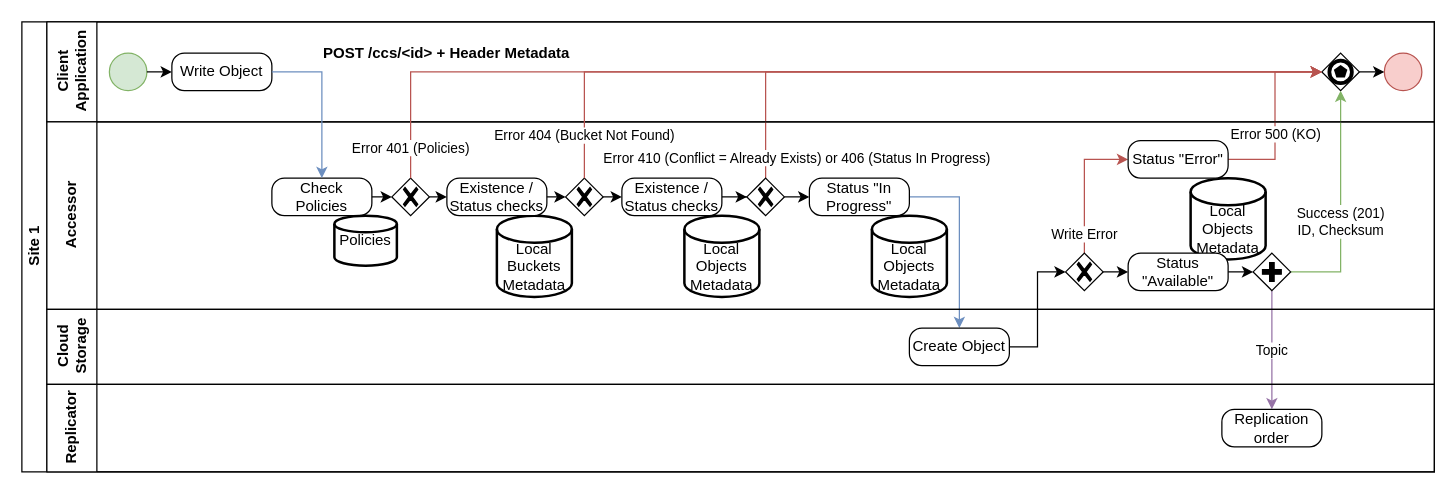
Before: page "Accessor-Create-Object" (8 of 29) of ccs-doc/src/source/images/clone-cloud-store-diagram.drawio in fredericBregier/clone-cloud-store, a draw.io diagram. Source tidied: cells renumbered, new cells numbered last; positions are measured from the earlier drawing's top-left corner, leaving out a move shared by most shapes. Both pictures are drawn from the tidied source at 125%, with x=0, y=0 at pixel (21, 21).
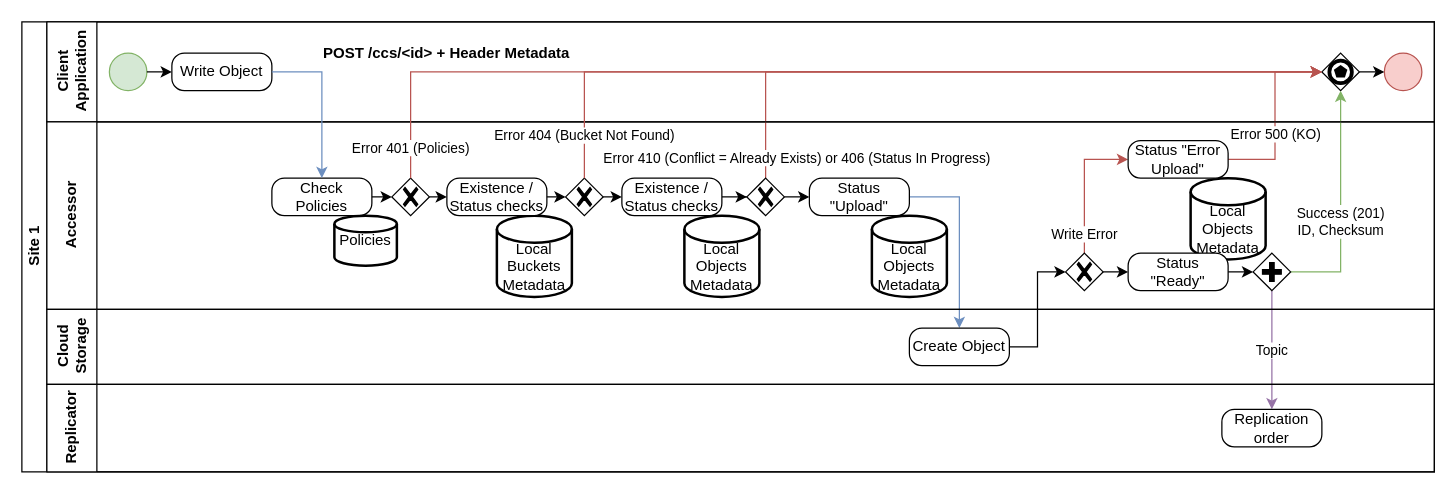
Above is the later version.

Unchanged cells that the change refers to:
```xml
<mxCell id="16" value="Accessor" style="swimlane;html=1;startSize=40;horizontal=0;" parent="2" vertex="1">
  <mxGeometry x="20" y="80" width="1110" height="150" as="geometry" />
</mxCell>
```

Diff of the diagram source:
```diff
@@
-    <mxCell id="25" value="Status &quot;In Progress&quot;" style="points=[[0.25,0,0],[0.5,0,0],[0.75,0,0],[1,0.25,0],[1,0.5,0],[1,0.75,0],[0.75,1,0],[0.5,1,0],[0.25,1,0],[0,0.75,0],[0,0.5,0],[0,0.25,0]];shape=mxgraph.bpmn.task;whiteSpace=wrap;rectStyle=rounded;size=10;html=1;taskMarker=abstract;" parent="16" vertex="1">
+    <mxCell id="25" value="Status &quot;Upload&quot;" style="points=[[0.25,0,0],[0.5,0,0],[0.75,0,0],[1,0.25,0],[1,0.5,0],[1,0.75,0],[0.75,1,0],[0.5,1,0],[0.25,1,0],[0,0.75,0],[0,0.5,0],[0,0.25,0]];shape=mxgraph.bpmn.task;whiteSpace=wrap;rectStyle=rounded;size=10;html=1;taskMarker=abstract;" parent="16" vertex="1">
       <mxGeometry x="610" y="45" width="80" height="30" as="geometry" />
     </mxCell>
@@
-    <mxCell id="29" value="Status &quot;Available&quot;" style="points=[[0.25,0,0],[0.5,0,0],[0.75,0,0],[1,0.25,0],[1,0.5,0],[1,0.75,0],[0.75,1,0],[0.5,1,0],[0.25,1,0],[0,0.75,0],[0,0.5,0],[0,0.25,0]];shape=mxgraph.bpmn.task;whiteSpace=wrap;rectStyle=rounded;size=10;html=1;taskMarker=abstract;" parent="16" vertex="1">
+    <mxCell id="29" value="Status &quot;Ready&quot;" style="points=[[0.25,0,0],[0.5,0,0],[0.75,0,0],[1,0.25,0],[1,0.5,0],[1,0.75,0],[0.75,1,0],[0.5,1,0],[0.25,1,0],[0,0.75,0],[0,0.5,0],[0,0.25,0]];shape=mxgraph.bpmn.task;whiteSpace=wrap;rectStyle=rounded;size=10;html=1;taskMarker=abstract;" parent="16" vertex="1">
       <mxGeometry x="865" y="105" width="80" height="30" as="geometry" />
     </mxCell>
@@
-    <mxCell id="31" value="Status &quot;Error&quot;" style="points=[[0.25,0,0],[0.5,0,0],[0.75,0,0],[1,0.25,0],[1,0.5,0],[1,0.75,0],[0.75,1,0],[0.5,1,0],[0.25,1,0],[0,0.75,0],[0,0.5,0],[0,0.25,0]];shape=mxgraph.bpmn.task;whiteSpace=wrap;rectStyle=rounded;size=10;html=1;taskMarker=abstract;" parent="16" vertex="1">
+    <mxCell id="31" value="Status &quot;Error Upload&quot;" style="points=[[0.25,0,0],[0.5,0,0],[0.75,0,0],[1,0.25,0],[1,0.5,0],[1,0.75,0],[0.75,1,0],[0.5,1,0],[0.25,1,0],[0,0.75,0],[0,0.5,0],[0,0.25,0]];shape=mxgraph.bpmn.task;whiteSpace=wrap;rectStyle=rounded;size=10;html=1;taskMarker=abstract;" parent="16" vertex="1">
       <mxGeometry x="865" y="15" width="80" height="30" as="geometry" />
     </mxCell>
```
